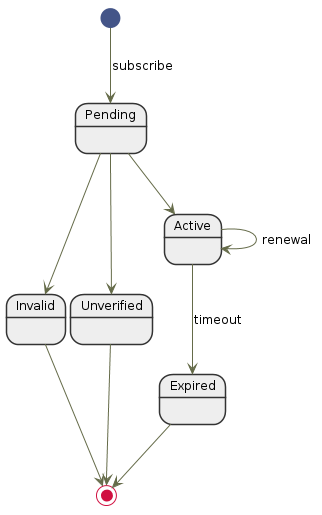
This is graphics/subscription.uml.png from owickstrom/websub, a PlantUML export, as it was before one commit. Its diagram source:
```plantuml
@startuml
hide circle

skinparam shadowing false

skinparam defaultFontSize 12
skinparam defaultFontName sans-serif

skinparam class {
  BackgroundColor #eeeeee
  ArrowColor #656b49
  BorderColor #333333
}

skinparam state {
  StartColor #445588
  EndColor #D01040
  BackgroundColor #eeeeee
  BorderColor #333333
}

state Pending
state Invalid
state Unverified
state Active
state Expired

[*] --> Pending : subscribe
Pending --> Invalid
Invalid --> [*]

Pending --> Unverified
Unverified --> [*]

Pending --> Active

Active --> Active : renewal
Active --> Expired : timeout
Expired --> [*]


@enduml
```
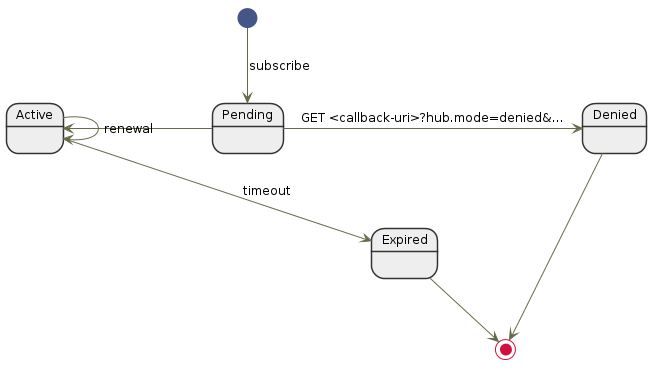
Above is the later version.

Diff of the diagram source:
```diff
@@ -20,19 +20,15 @@
 }
 
 state Pending
-state Invalid
-state Unverified
+state Denied
 state Active
 state Expired
 
 [*] --> Pending : subscribe
-Pending --> Invalid
-Invalid --> [*]
+Pending -right-> Denied : GET <callback-uri>?hub.mode=denied&...
+Denied --> [*]
 
-Pending --> Unverified
-Unverified --> [*]
-
-Pending --> Active
+Pending -left-> Active
 
 Active --> Active : renewal
 Active --> Expired : timeout
```
